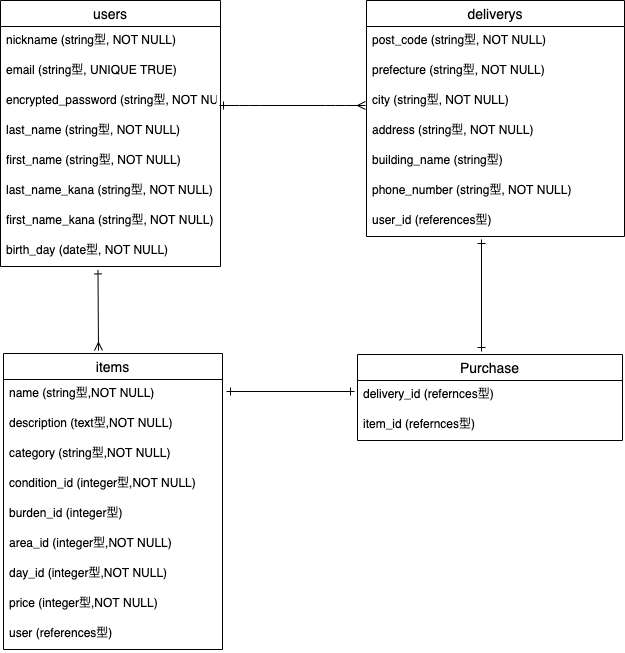
The draw.io diagram furima.drawio.png in kimurasouichi/furima-35237, before a commit. Source tidied: cells renumbered, new cells last; positions are measured from the earlier drawing's top-left corner, leaving out a move shared by most shapes.
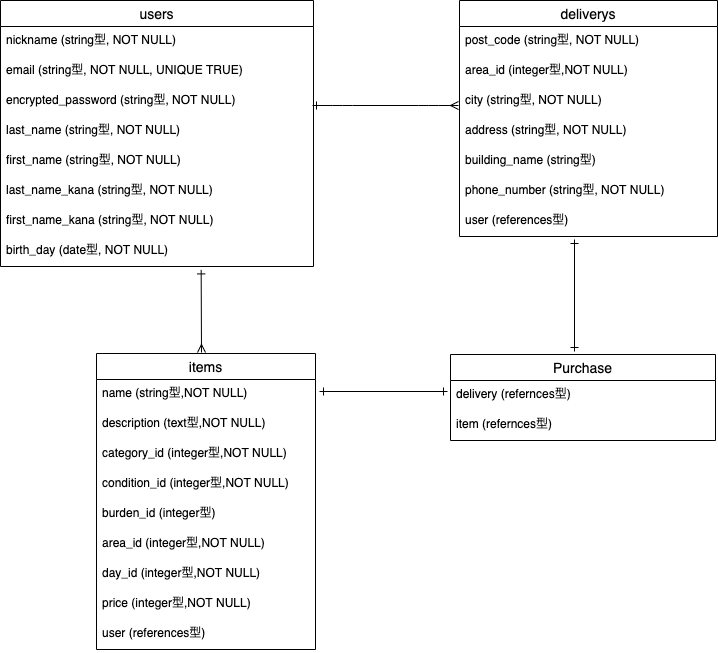
The same file after the commit.

Commit message:
レビューの修正2

The edit, as a diff of the source:
```diff
@@ -3,31 +3,31 @@
     <mxCell id="0" />
     <mxCell id="1" parent="0" />
     <mxCell id="2" value="users" style="swimlane;fontStyle=0;horizontal=1;startSize=26;align=center;fontSize=14;" parent="1" vertex="1">
-      <mxGeometry width="220" height="266" as="geometry" />
+      <mxGeometry x="-93" width="313" height="266" as="geometry" />
     </mxCell>
     <mxCell id="3" value="nickname (string型, NOT NULL)" style="text;strokeColor=none;fillColor=none;spacingLeft=4;spacingRight=4;overflow=hidden;fontSize=12;" parent="2" vertex="1">
-      <mxGeometry y="26" width="220" height="30" as="geometry" />
+      <mxGeometry y="26" width="313" height="30" as="geometry" />
     </mxCell>
-    <mxCell id="4" value="email (string型, UNIQUE TRUE)" style="text;strokeColor=none;fillColor=none;spacingLeft=4;spacingRight=4;overflow=hidden;fontSize=12;" parent="2" vertex="1">
-      <mxGeometry y="56" width="220" height="30" as="geometry" />
+    <mxCell id="4" value="email (string型, NOT NULL, UNIQUE TRUE)" style="text;strokeColor=none;fillColor=none;spacingLeft=4;spacingRight=4;overflow=hidden;fontSize=12;" parent="2" vertex="1">
+      <mxGeometry y="56" width="313" height="30" as="geometry" />
     </mxCell>
     <mxCell id="5" value="encrypted_password (string型, NOT NULL)" style="text;strokeColor=none;fillColor=none;spacingLeft=4;spacingRight=4;overflow=hidden;fontSize=12;" parent="2" vertex="1">
-      <mxGeometry y="86" width="220" height="30" as="geometry" />
+      <mxGeometry y="86" width="313" height="30" as="geometry" />
     </mxCell>
     <mxCell id="6" value="last_name (string型, NOT NULL)" style="text;strokeColor=none;fillColor=none;spacingLeft=4;spacingRight=4;overflow=hidden;fontSize=12;" parent="2" vertex="1">
-      <mxGeometry y="116" width="220" height="30" as="geometry" />
+      <mxGeometry y="116" width="313" height="30" as="geometry" />
     </mxCell>
     <mxCell id="7" value="first_name (string型, NOT NULL)" style="text;strokeColor=none;fillColor=none;spacingLeft=4;spacingRight=4;overflow=hidden;fontSize=12;" parent="2" vertex="1">
-      <mxGeometry y="146" width="220" height="30" as="geometry" />
+      <mxGeometry y="146" width="313" height="30" as="geometry" />
     </mxCell>
     <mxCell id="8" value="last_name_kana (string型, NOT NULL)" style="text;strokeColor=none;fillColor=none;spacingLeft=4;spacingRight=4;overflow=hidden;fontSize=12;" parent="2" vertex="1">
-      <mxGeometry y="176" width="220" height="30" as="geometry" />
+      <mxGeometry y="176" width="313" height="30" as="geometry" />
     </mxCell>
     <mxCell id="9" value="first_name_kana (string型, NOT NULL)" style="text;strokeColor=none;fillColor=none;spacingLeft=4;spacingRight=4;overflow=hidden;fontSize=12;" parent="2" vertex="1">
-      <mxGeometry y="206" width="220" height="30" as="geometry" />
+      <mxGeometry y="206" width="313" height="30" as="geometry" />
     </mxCell>
     <mxCell id="10" value="birth_day (date型, NOT NULL)" style="text;strokeColor=none;fillColor=none;spacingLeft=4;spacingRight=4;overflow=hidden;points=[[0,0.5],[1,0.5]];portConstraint=eastwest;fontSize=12;" parent="2" vertex="1">
-      <mxGeometry y="236" width="220" height="30" as="geometry" />
+      <mxGeometry y="236" width="313" height="30" as="geometry" />
     </mxCell>
     <mxCell id="11" value="items" style="swimlane;fontStyle=0;horizontal=1;startSize=26;align=center;fontSize=14;fillColor=none;gradientColor=none;" parent="1" vertex="1">
       <mxGeometry x="3" y="353" width="219" height="296" as="geometry" />
@@ -38,7 +38,7 @@
     <mxCell id="13" value="description (text型,NOT NULL) " style="text;strokeColor=none;fillColor=none;spacingLeft=4;spacingRight=4;overflow=hidden;fontSize=12;" parent="11" vertex="1">
       <mxGeometry y="56" width="219" height="30" as="geometry" />
     </mxCell>
-    <mxCell id="14" value="category (string型,NOT NULL)" style="text;strokeColor=none;fillColor=none;spacingLeft=4;spacingRight=4;overflow=hidden;fontSize=12;" parent="11" vertex="1">
+    <mxCell id="14" value="category_id (integer型,NOT NULL)" style="text;strokeColor=none;fillColor=none;spacingLeft=4;spacingRight=4;overflow=hidden;fontSize=12;" parent="11" vertex="1">
       <mxGeometry y="86" width="219" height="30" as="geometry" />
     </mxCell>
     <mxCell id="15" value="condition_id (integer型,NOT NULL)" style="text;strokeColor=none;fillColor=none;spacingLeft=4;spacingRight=4;overflow=hidden;fontSize=12;" parent="11" vertex="1">
@@ -65,7 +65,7 @@
     <mxCell id="22" value="post_code (string型, NOT NULL)" style="text;strokeColor=none;fillColor=none;spacingLeft=4;spacingRight=4;overflow=hidden;fontSize=12;" parent="21" vertex="1">
       <mxGeometry y="26" width="258" height="30" as="geometry" />
     </mxCell>
-    <mxCell id="23" value="prefecture (string型, NOT NULL)" style="text;strokeColor=none;fillColor=none;spacingLeft=4;spacingRight=4;overflow=hidden;fontSize=12;" parent="21" vertex="1">
+    <mxCell id="23" value="area_id (integer型,NOT NULL)" style="text;strokeColor=none;fillColor=none;spacingLeft=4;spacingRight=4;overflow=hidden;fontSize=12;" parent="21" vertex="1">
       <mxGeometry y="56" width="258" height="30" as="geometry" />
     </mxCell>
     <mxCell id="24" value="city (string型, NOT NULL)" style="text;strokeColor=none;fillColor=none;spacingLeft=4;spacingRight=4;overflow=hidden;fontSize=12;" parent="21" vertex="1">
@@ -80,7 +80,7 @@
     <mxCell id="27" value="phone_number (string型, NOT NULL)" style="text;strokeColor=none;fillColor=none;spacingLeft=4;spacingRight=4;overflow=hidden;fontSize=12;" parent="21" vertex="1">
       <mxGeometry y="176" width="258" height="30" as="geometry" />
     </mxCell>
-    <mxCell id="28" value="user_id (references型)" style="text;strokeColor=none;fillColor=none;spacingLeft=4;spacingRight=4;overflow=hidden;fontSize=12;" parent="21" vertex="1">
+    <mxCell id="28" value="user (references型)" style="text;strokeColor=none;fillColor=none;spacingLeft=4;spacingRight=4;overflow=hidden;fontSize=12;" parent="21" vertex="1">
       <mxGeometry y="206" width="258" height="30" as="geometry" />
     </mxCell>
     <mxCell id="29" style="edgeStyle=entityRelationEdgeStyle;fontSize=12;html=1;endArrow=ERmany;startArrow=ERone;endFill=0;startFill=0;" parent="1" edge="1">
@@ -89,18 +89,19 @@
         <mxPoint x="365" y="105" as="targetPoint" />
       </mxGeometry>
     </mxCell>
-    <mxCell id="30" style="endArrow=ERone;html=1;rounded=0;startArrow=ERmany;startFill=0;endFill=0;entryX=0.443;entryY=1.114;entryDx=0;entryDy=0;entryPerimeter=0;" parent="1" edge="1" target="10">
+    <mxCell id="30" style="endArrow=ERone;html=1;rounded=0;startArrow=ERmany;startFill=0;endFill=0;entryX=0.443;entryY=1.114;entryDx=0;entryDy=0;entryPerimeter=0;" parent="1" edge="1">
       <mxGeometry relative="1" as="geometry">
-        <mxPoint x="98" y="350" as="sourcePoint" />
+        <mxPoint x="108" y="352" as="sourcePoint" />
+        <mxPoint x="107.7" y="269.4" as="targetPoint" />
       </mxGeometry>
     </mxCell>
     <mxCell id="31" value="Purchase" style="swimlane;fontStyle=0;horizontal=1;startSize=26;align=center;fontSize=14;" parent="1" vertex="1">
       <mxGeometry x="357" y="354" width="265" height="86" as="geometry" />
     </mxCell>
-    <mxCell id="32" value="delivery_id (refernces型)" style="text;strokeColor=none;fillColor=none;spacingLeft=4;spacingRight=4;overflow=hidden;fontSize=12;" parent="31" vertex="1">
+    <mxCell id="32" value="delivery (refernces型)" style="text;strokeColor=none;fillColor=none;spacingLeft=4;spacingRight=4;overflow=hidden;fontSize=12;" parent="31" vertex="1">
       <mxGeometry y="26" width="265" height="30" as="geometry" />
     </mxCell>
-    <mxCell id="33" value="item_id (refernces型)" style="text;strokeColor=none;fillColor=none;spacingLeft=4;spacingRight=4;overflow=hidden;fontSize=12;" parent="31" vertex="1">
+    <mxCell id="33" value="item (refernces型)" style="text;strokeColor=none;fillColor=none;spacingLeft=4;spacingRight=4;overflow=hidden;fontSize=12;" parent="31" vertex="1">
       <mxGeometry y="56" width="265" height="30" as="geometry" />
     </mxCell>
     <mxCell id="34" style="endArrow=none;html=1;rounded=0;" parent="1" edge="1">
```
